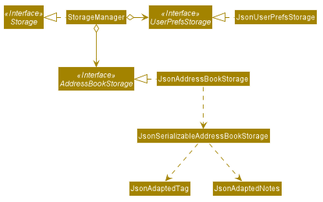
tingalinga/main keeps this PlantUML diagram as docs/images/StorageClassDiagram.png. Above is the earlier version. Its diagram source:
```plantuml
@startuml








skinparam BackgroundColor #FFFFFFF

skinparam Shadowing false

skinparam Class {
    FontColor #FFFFFF
    BorderThickness 1
    BorderColor #FFFFFF
    StereotypeFontColor #FFFFFF
    FontName Arial
}

skinparam Actor {
    BorderColor #000000
    Color #000000
    FontName Arial
}

skinparam Sequence {
    MessageAlign center
    BoxFontSize 15
    BoxPadding 0
    BoxFontColor #FFFFFF
    FontName Arial
}

skinparam Participant {
    FontColor #FFFFFFF
    Padding 20
}

skinparam MinClassWidth 50
skinparam ParticipantPadding 10
skinparam Shadowing false
skinparam DefaultTextAlignment center
skinparam packageStyle Rectangle

hide footbox
hide members
hide circle
skinparam arrowThickness 1.1
skinparam arrowColor #A38300
skinparam classBackgroundColor #A38300

Interface Storage <<Interface>>
Interface UserPrefsStorage <<Interface>>
Interface AddressBookStorage <<Interface>>

Class StorageManager
Class JsonUserPrefsStorage
Class JsonAddressBookStorage

StorageManager .left.|> Storage
StorageManager o-right-> UserPrefsStorage
StorageManager o--> AddressBookStorage

JsonUserPrefsStorage .left.|> UserPrefsStorage
JsonAddressBookStorage .left.|> AddressBookStorage
JsonAddressBookStorage .down.> JsonSerializableAddressBookStorage
JsonSerializableAddressBookStorage ..> JsonAdaptedTag
JsonSerializableAddressBookStorage ..> JsonAdaptedNotes

@enduml
```
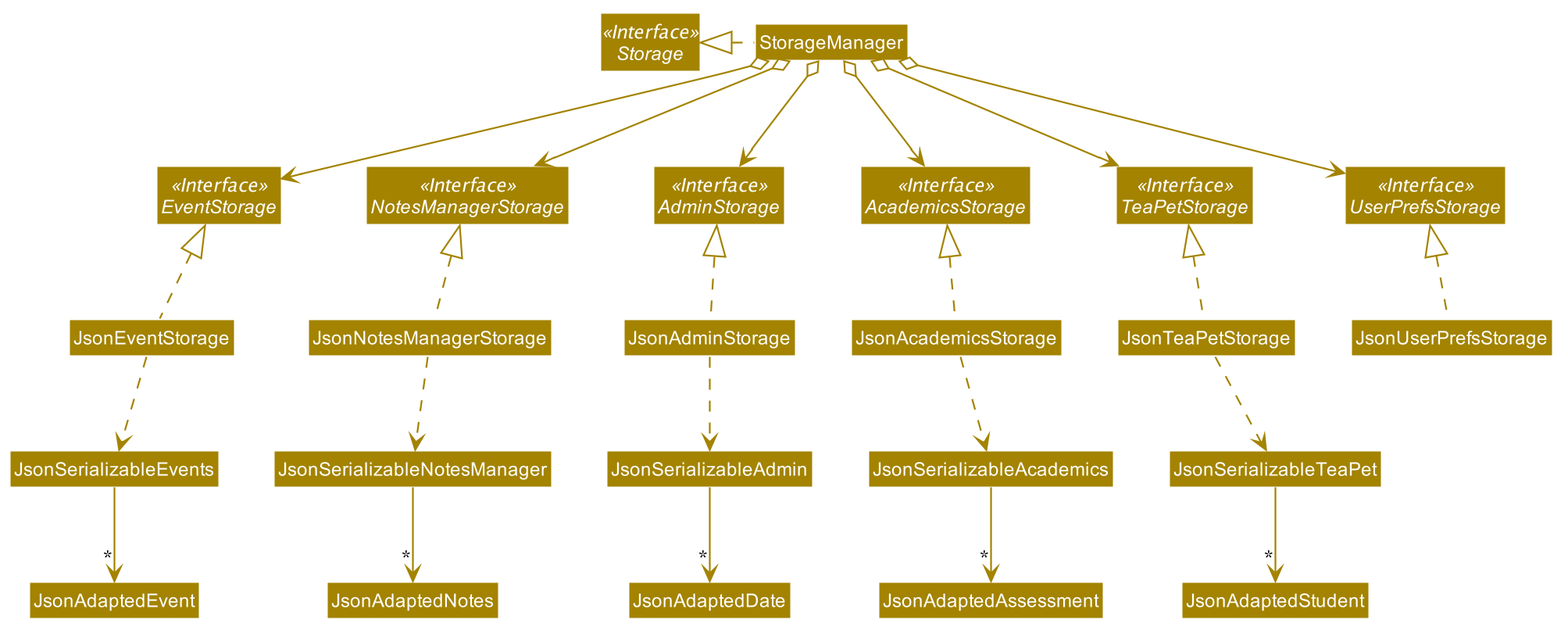
The same file after the commit.

Commit message:
Edited DG Component Class Diagrams

The edit, as a diff of the source:
```diff
@@ -53,20 +53,49 @@
 
 Interface Storage <<Interface>>
 Interface UserPrefsStorage <<Interface>>
-Interface AddressBookStorage <<Interface>>
+Interface TeaPetStorage <<Interface>>
+Interface AcademicsStorage <<Interface>>
+Interface AdminStorage <<Interface>>
+Interface NotesManagerStorage <<Interface>>
+Interface EventStorage <<Interface>>
 
 Class StorageManager
 Class JsonUserPrefsStorage
-Class JsonAddressBookStorage
+Class JsonTeaPetStorage
+
+Class JsonAcademicsStorage
+Class JsonAdminStorage
+Class JsonNotesManagerStorage
+Class JsonEventStorage
 
 StorageManager .left.|> Storage
-StorageManager o-right-> UserPrefsStorage
-StorageManager o--> AddressBookStorage
+StorageManager o--> UserPrefsStorage
+StorageManager o--> TeaPetStorage
+StorageManager o--> AcademicsStorage
+StorageManager o--> AdminStorage
+StorageManager o--> NotesManagerStorage
+StorageManager o--> EventStorage
 
-JsonUserPrefsStorage .left.|> UserPrefsStorage
-JsonAddressBookStorage .left.|> AddressBookStorage
-JsonAddressBookStorage .down.> JsonSerializableAddressBookStorage
-JsonSerializableAddressBookStorage ..> JsonAdaptedTag
-JsonSerializableAddressBookStorage ..> JsonAdaptedNotes
+JsonUserPrefsStorage .up.|> UserPrefsStorage
+
+JsonTeaPetStorage .up.|> TeaPetStorage
+JsonTeaPetStorage .down.> JsonSerializableTeaPet
+JsonSerializableTeaPet --> "*" JsonAdaptedStudent
+
+JsonAcademicsStorage .up.|> AcademicsStorage
+JsonAcademicsStorage .down.> JsonSerializableAcademics
+JsonSerializableAcademics --> "*" JsonAdaptedAssessment
+
+JsonAdminStorage .up.|> AdminStorage
+JsonAdminStorage .down.> JsonSerializableAdmin
+JsonSerializableAdmin --> "*" JsonAdaptedDate
+
+JsonNotesManagerStorage .up.|> NotesManagerStorage
+JsonNotesManagerStorage .down.> JsonSerializableNotesManager
+JsonSerializableNotesManager --> "*" JsonAdaptedNotes
+
+JsonEventStorage .up.|> EventStorage
+JsonEventStorage .down.> JsonSerializableEvents
+JsonSerializableEvents --> "*" JsonAdaptedEvent
 
 @enduml
```
